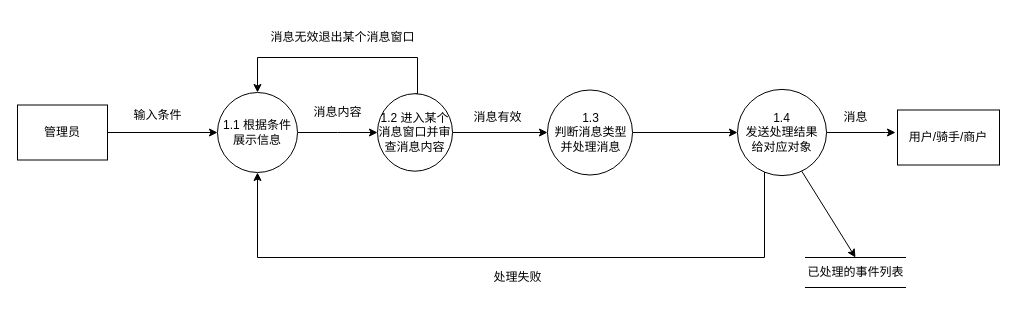
Earlier version of the draw.io diagram page "1. 管理员子系统" (6 of 12) of Untitled Diagram.drawio (czely/czely.github.io). Source tidied: cells renumbered, new cells numbered last; positions are measured from the earlier drawing's top-left corner, leaving out a move shared by most shapes. Both pictures are drawn from the tidied source at 100%, with x=0, y=0 at pixel (17, 27).
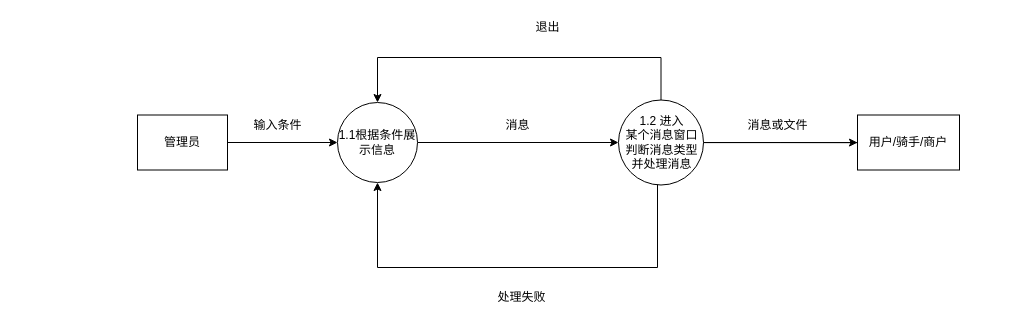
After the change.

What changed in the source:
```diff
@@
     <mxCell id="2" value="管理员" style="rounded=0;whiteSpace=wrap;html=1;" parent="1" vertex="1">
-      <mxGeometry y="77.5" width="90" height="55" as="geometry" />
+      <mxGeometry x="120" y="87.5" width="90" height="55" as="geometry" />
     </mxCell>
-    <mxCell id="3" style="edgeStyle=orthogonalEdgeStyle;rounded=0;jettySize=auto;html=1;exitX=0.5;exitY=0;exitDx=0;exitDy=0;entryX=0.5;entryY=0;entryDx=0;entryDy=0;" parent="1" edge="1" source="5" target="12">
-      <mxGeometry relative="1" as="geometry">
-        <Array as="points">
-          <mxPoint x="400" y="30" />
-          <mxPoint x="240" y="30" />
-        </Array>
-      </mxGeometry>
-    </mxCell>
-    <mxCell id="4" style="edgeStyle=orthogonalEdgeStyle;rounded=0;jettySize=auto;html=1;entryX=0;entryY=0.5;entryDx=0;entryDy=0;" parent="1" edge="1" source="5" target="20">
-      <mxGeometry relative="1" as="geometry" />
-    </mxCell>
-    <mxCell id="5" value="1.2 进入某个消息窗口并审查消息内容" style="ellipse;whiteSpace=wrap;html=1;" parent="1" vertex="1">
-      <mxGeometry x="360" y="66.2" width="75" height="77.5" as="geometry" />
-    </mxCell>
-    <mxCell id="6" style="edgeStyle=orthogonalEdgeStyle;rounded=0;jettySize=auto;html=1;exitX=1;exitY=0.5;exitDx=0;exitDy=0;" parent="1" edge="1" source="8">
-      <mxGeometry relative="1" as="geometry">
-        <mxPoint x="878" y="105" as="targetPoint" />
-        <Array as="points">
-          <mxPoint x="868" y="105" />
-        </Array>
-      </mxGeometry>
-    </mxCell>
-    <mxCell id="7" style="edgeStyle=orthogonalEdgeStyle;rounded=0;jettySize=auto;html=1;" parent="1" edge="1" source="8" target="12">
-      <mxGeometry relative="1" as="geometry">
-        <Array as="points">
-          <mxPoint x="747" y="230" />
-          <mxPoint x="240" y="230" />
-        </Array>
-      </mxGeometry>
-    </mxCell>
-    <mxCell id="8" value="1.4&lt;br&gt;发送处理结果&lt;br&gt;给对应对象" style="ellipse;whiteSpace=wrap;html=1;" parent="1" vertex="1">
-      <mxGeometry x="720" y="61.9" width="89" height="86.2" as="geometry" />
-    </mxCell>
+    <mxCell id="23" style="edgeStyle=orthogonalEdgeStyle;rounded=0;jettySize=auto;html=1;" parent="1" edge="1" target="25">
+      <mxGeometry relative="1" as="geometry">
+        <mxPoint x="840" y="115.1" as="sourcePoint" />
+        <Array as="points">
+          <mxPoint x="640" y="115" />
+          <mxPoint x="640" y="240" />
+          <mxPoint x="360" y="240" />
+        </Array>
+      </mxGeometry>
+    </mxCell>
     <mxCell id="9" value="用户/骑手/商户" style="whiteSpace=wrap;html=1;" parent="1" vertex="1">
-      <mxGeometry x="880" y="82.5" width="102" height="55" as="geometry" />
+      <mxGeometry x="840" y="87.5" width="102" height="55" as="geometry" />
     </mxCell>
+    <mxCell id="24" style="edgeStyle=orthogonalEdgeStyle;rounded=0;jettySize=auto;html=1;entryX=0;entryY=0.5;entryDx=0;entryDy=0;" parent="1" edge="1" source="25" target="30">
+      <mxGeometry relative="1" as="geometry" />
+    </mxCell>
+    <mxCell id="25" value="1.1根据条件展示信息" style="ellipse;whiteSpace=wrap;html=1;" parent="1" vertex="1">
+      <mxGeometry x="320" y="75" width="80" height="80" as="geometry" />
+    </mxCell>
+    <mxCell id="26" style="endArrow=classic;html=1;exitX=1;exitY=0.5;exitDx=0;exitDy=0;entryX=0;entryY=0.5;entryDx=0;entryDy=0;" parent="1" edge="1" source="2" target="25">
+      <mxGeometry relative="1" as="geometry" />
+    </mxCell>
+    <mxCell id="14" value="输入条件" style="text;html=1;align=center;verticalAlign=middle;" parent="1" vertex="1">
+      <mxGeometry x="230" y="87.5" width="60" height="20" as="geometry" />
+    </mxCell>
+    <mxCell id="27" value="退出" style="text;html=1;align=center;verticalAlign=middle;" parent="1" vertex="1">
+      <mxGeometry x="510" y="-10" width="40" height="20" as="geometry" />
+    </mxCell>
+    <mxCell id="18" value="处理失败" style="text;html=1;align=center;verticalAlign=middle;" parent="1" vertex="1">
+      <mxGeometry x="474" y="260" width="60" height="20" as="geometry" />
+    </mxCell>
+    <mxCell id="28" style="edgeStyle=orthogonalEdgeStyle;rounded=0;jettySize=auto;html=1;" parent="1" edge="1" source="30">
+      <mxGeometry relative="1" as="geometry">
+        <mxPoint x="840" y="115.1" as="targetPoint" />
+      </mxGeometry>
+    </mxCell>
+    <mxCell id="29" style="edgeStyle=orthogonalEdgeStyle;rounded=0;jettySize=auto;html=1;exitX=0.5;exitY=0;exitDx=0;exitDy=0;entryX=0.5;entryY=0;entryDx=0;entryDy=0;" parent="1" edge="1" source="30" target="25">
+      <mxGeometry relative="1" as="geometry">
+        <Array as="points">
+          <mxPoint x="644" y="30" />
+          <mxPoint x="360" y="30" />
+        </Array>
+      </mxGeometry>
+    </mxCell>
+    <mxCell id="30" value="1.2 进入&lt;br&gt;某个消息窗口&lt;br&gt;判断消息类型&lt;br&gt;并处理消息" style="shape=ellipse;html=1;dashed=0;whitespace=wrap;perimeter=ellipsePerimeter;" parent="1" vertex="1">
+      <mxGeometry x="601" y="72.5" width="85" height="85" as="geometry" />
+    </mxCell>
     <mxCell id="10" value="消息" style="text;html=1;align=center;verticalAlign=middle;" parent="1" vertex="1">
-      <mxGeometry x="818" y="80" width="40" height="20" as="geometry" />
+      <mxGeometry x="480" y="87.5" width="40" height="20" as="geometry" />
     </mxCell>
-    <mxCell id="11" style="edgeStyle=orthogonalEdgeStyle;rounded=0;jettySize=auto;html=1;" parent="1" edge="1" source="12" target="5">
-      <mxGeometry relative="1" as="geometry" />
-    </mxCell>
-    <mxCell id="12" value="1.1 根据条件展示信息" style="ellipse;whiteSpace=wrap;html=1;" parent="1" vertex="1">
-      <mxGeometry x="200" y="65" width="80" height="80" as="geometry" />
-    </mxCell>
-    <mxCell id="13" style="endArrow=classic;html=1;exitX=1;exitY=0.5;exitDx=0;exitDy=0;entryX=0;entryY=0.5;entryDx=0;entryDy=0;" parent="1" edge="1" source="2" target="12">
-      <mxGeometry relative="1" as="geometry" />
-    </mxCell>
-    <mxCell id="14" value="输入条件" style="text;html=1;align=center;verticalAlign=middle;" parent="1" vertex="1">
-      <mxGeometry x="110" y="77.5" width="60" height="20" as="geometry" />
-    </mxCell>
-    <mxCell id="15" value="已处理的事件列表" style="html=1;dashed=0;whitespace=wrap;shape=partialRectangle;right=0;left=0;" parent="1" vertex="1">
-      <mxGeometry x="788" y="230" width="100" height="30" as="geometry" />
-    </mxCell>
-    <mxCell id="16" value="消息无效退出某个消息窗口" style="text;html=1;align=center;verticalAlign=middle;" parent="1" vertex="1">
-      <mxGeometry x="245" width="160" height="20" as="geometry" />
-    </mxCell>
-    <mxCell id="17" style="endArrow=classic;html=1;exitX=0.722;exitY=0.949;exitDx=0;exitDy=0;exitPerimeter=0;entryX=0.5;entryY=0;entryDx=0;entryDy=0;" parent="1" edge="1" source="8" target="15">
-      <mxGeometry relative="1" as="geometry" />
-    </mxCell>
-    <mxCell id="18" value="处理失败" style="text;html=1;align=center;verticalAlign=middle;" parent="1" vertex="1">
-      <mxGeometry x="470" y="240" width="60" height="20" as="geometry" />
-    </mxCell>
-    <mxCell id="19" style="edgeStyle=orthogonalEdgeStyle;rounded=0;jettySize=auto;html=1;" parent="1" edge="1" source="20" target="8">
-      <mxGeometry relative="1" as="geometry" />
-    </mxCell>
-    <mxCell id="20" value="1.3 &lt;br&gt;判断消息类型&lt;br&gt;并处理消息" style="shape=ellipse;html=1;dashed=0;whitespace=wrap;perimeter=ellipsePerimeter;" parent="1" vertex="1">
-      <mxGeometry x="530" y="62.5" width="85" height="85" as="geometry" />
-    </mxCell>
-    <mxCell id="21" value="消息有效" style="text;html=1;align=center;verticalAlign=middle;" parent="1" vertex="1">
-      <mxGeometry x="450" y="80" width="60" height="20" as="geometry" />
-    </mxCell>
-    <mxCell id="22" value="消息内容" style="text;html=1;align=center;verticalAlign=middle;" parent="1" vertex="1">
-      <mxGeometry x="290" y="75" width="60" height="20" as="geometry" />
-    </mxCell>
+    <mxCell id="31" value="消息或文件" style="text;html=1;align=center;verticalAlign=middle;" parent="1" vertex="1">
+      <mxGeometry x="720" y="87.5" width="80" height="20" as="geometry" />
+    </mxCell>
```
